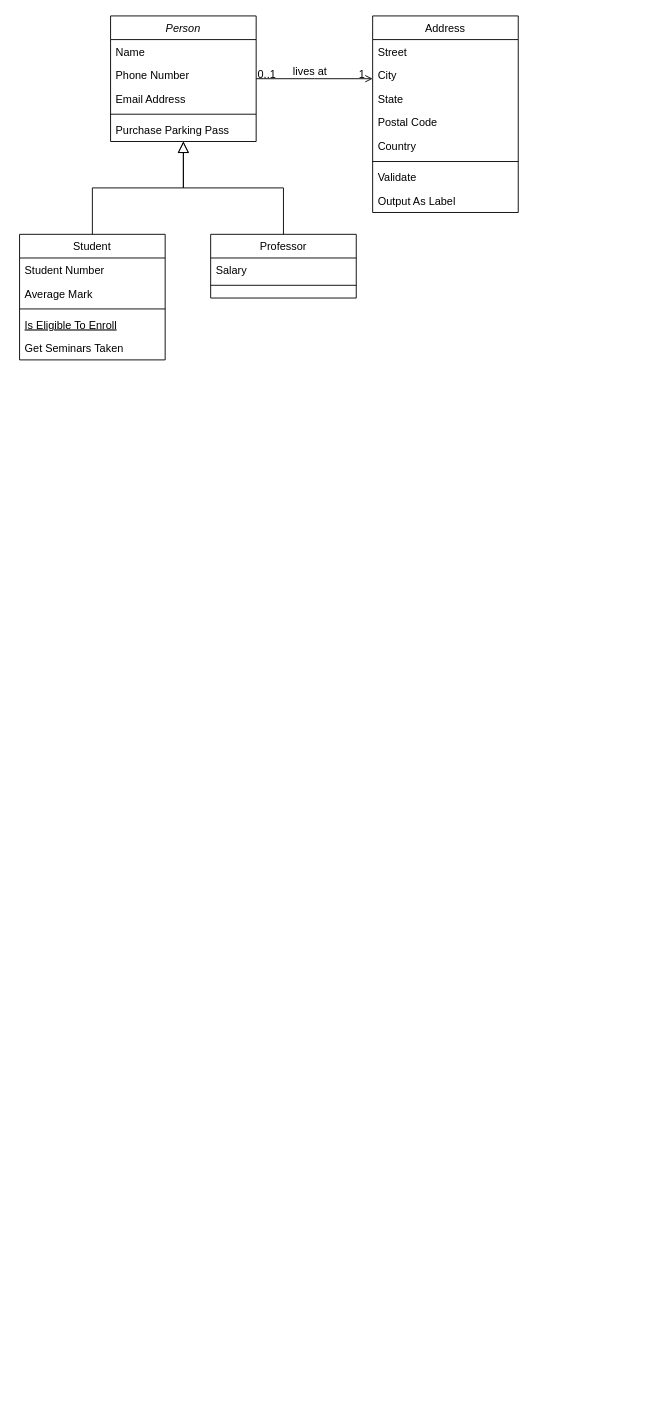
Before: 未命名绘图.drawio in Z-NAVY/MySite, a draw.io diagram. Source tidied: cells renumbered, new cells numbered last; positions are measured from the earlier drawing's top-left corner, leaving out a move shared by most shapes. Both pictures are drawn from the tidied source at 91%, with x=0, y=0 at pixel (19, 15).
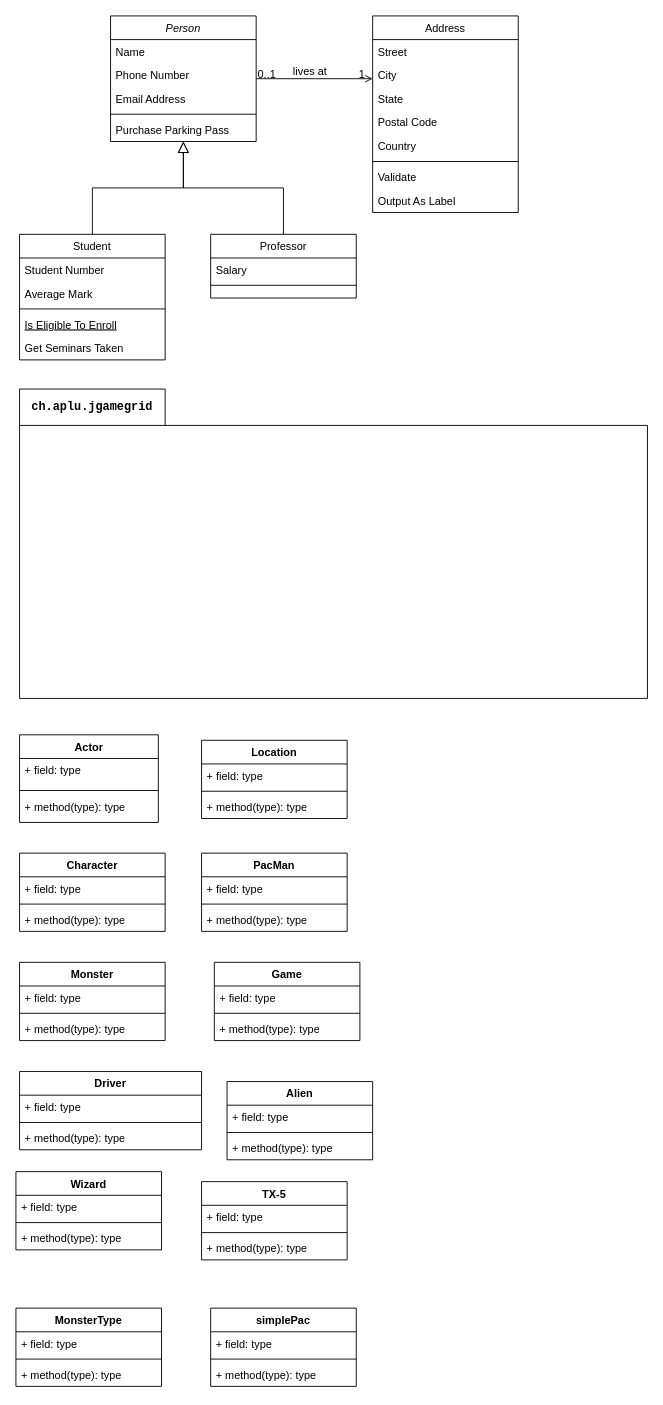
The same diagram, later.

Change to the diagram source:
```diff
@@
+    <mxCell id="32" value="&lt;pre style=&quot;font-family: &amp;quot;JetBrains Mono&amp;quot;, monospace; font-size: 9.8pt;&quot;&gt;&lt;span style=&quot;background-color: rgb(255, 255, 255);&quot;&gt;ch.aplu.jgamegrid&lt;/span&gt;&lt;/pre&gt;" style="shape=folder;fontStyle=1;tabWidth=160;tabHeight=40;tabPosition=left;html=1;boundedLbl=1;labelInHeader=1;whiteSpace=wrap;" parent="1" vertex="1">
+      <mxGeometry y="410" width="690" height="340" as="geometry" />
+    </mxCell>
+    <mxCell id="33" style="html=1;strokeColor=none;fillColor=none;whiteSpace=wrap;" parent="32" vertex="1">
+      <mxGeometry width="690" height="238" relative="1" as="geometry">
+        <mxPoint y="30" as="offset" />
+      </mxGeometry>
+    </mxCell>
+    <mxCell id="34" value="Actor" style="swimlane;fontStyle=1;align=center;verticalAlign=top;horizontal=1;startSize=26;whiteSpace=wrap;html=1;" parent="1" vertex="1">
+      <mxGeometry y="790" width="152.5" height="96.3" as="geometry" />
+    </mxCell>
+    <mxCell id="35" value="+ field: type" style="text;strokeColor=none;fillColor=none;align=left;verticalAlign=top;spacingLeft=4;spacingRight=4;overflow=hidden;whiteSpace=wrap;html=1;" parent="34" vertex="1">
+      <mxGeometry y="26" width="152.5" height="30.5" as="geometry" />
+    </mxCell>
+    <mxCell id="36" style="line;strokeWidth=1;fillColor=none;align=left;verticalAlign=middle;spacingTop=-1;spacingLeft=3;spacingRight=3;labelPosition=right;strokeColor=inherit;" parent="34" vertex="1">
+      <mxGeometry y="56.5" width="152.5" height="9.4" as="geometry" />
+    </mxCell>
+    <mxCell id="37" value="+ method(type): type" style="text;strokeColor=none;fillColor=none;align=left;verticalAlign=top;spacingLeft=4;spacingRight=4;overflow=hidden;whiteSpace=wrap;html=1;" parent="34" vertex="1">
+      <mxGeometry y="65.9" width="152.5" height="30.5" as="geometry" />
+    </mxCell>
+    <mxCell id="38" value="Location" style="swimlane;fontStyle=1;align=center;verticalAlign=top;horizontal=1;startSize=26;whiteSpace=wrap;html=1;" parent="1" vertex="1">
+      <mxGeometry x="200" y="796" width="160" height="86" as="geometry" />
+    </mxCell>
+    <mxCell id="39" value="+ field: type" style="text;strokeColor=none;fillColor=none;align=left;verticalAlign=top;spacingLeft=4;spacingRight=4;overflow=hidden;whiteSpace=wrap;html=1;" parent="38" vertex="1">
+      <mxGeometry y="26" width="160" height="26" as="geometry" />
+    </mxCell>
+    <mxCell id="40" style="line;strokeWidth=1;fillColor=none;align=left;verticalAlign=middle;spacingTop=-1;spacingLeft=3;spacingRight=3;labelPosition=right;strokeColor=inherit;" parent="38" vertex="1">
+      <mxGeometry y="52" width="160" height="8" as="geometry" />
+    </mxCell>
+    <mxCell id="41" value="+ method(type): type" style="text;strokeColor=none;fillColor=none;align=left;verticalAlign=top;spacingLeft=4;spacingRight=4;overflow=hidden;whiteSpace=wrap;html=1;" parent="38" vertex="1">
+      <mxGeometry y="60" width="160" height="26" as="geometry" />
+    </mxCell>
+    <mxCell id="42" value="Character" style="swimlane;fontStyle=1;align=center;verticalAlign=top;horizontal=1;startSize=26;whiteSpace=wrap;html=1;" parent="1" vertex="1">
+      <mxGeometry y="920" width="160" height="86" as="geometry" />
+    </mxCell>
+    <mxCell id="43" value="+ field: type" style="text;strokeColor=none;fillColor=none;align=left;verticalAlign=top;spacingLeft=4;spacingRight=4;overflow=hidden;whiteSpace=wrap;html=1;" parent="42" vertex="1">
+      <mxGeometry y="26" width="160" height="26" as="geometry" />
+    </mxCell>
+    <mxCell id="44" style="line;strokeWidth=1;fillColor=none;align=left;verticalAlign=middle;spacingTop=-1;spacingLeft=3;spacingRight=3;labelPosition=right;strokeColor=inherit;" parent="42" vertex="1">
+      <mxGeometry y="52" width="160" height="8" as="geometry" />
+    </mxCell>
+    <mxCell id="45" value="+ method(type): type" style="text;strokeColor=none;fillColor=none;align=left;verticalAlign=top;spacingLeft=4;spacingRight=4;overflow=hidden;whiteSpace=wrap;html=1;" parent="42" vertex="1">
+      <mxGeometry y="60" width="160" height="26" as="geometry" />
+    </mxCell>
+    <mxCell id="46" value="PacMan" style="swimlane;fontStyle=1;align=center;verticalAlign=top;horizontal=1;startSize=26;whiteSpace=wrap;html=1;" parent="1" vertex="1">
+      <mxGeometry x="200" y="920" width="160" height="86" as="geometry" />
+    </mxCell>
+    <mxCell id="47" value="+ field: type" style="text;strokeColor=none;fillColor=none;align=left;verticalAlign=top;spacingLeft=4;spacingRight=4;overflow=hidden;whiteSpace=wrap;html=1;" parent="46" vertex="1">
+      <mxGeometry y="26" width="160" height="26" as="geometry" />
+    </mxCell>
+    <mxCell id="48" style="line;strokeWidth=1;fillColor=none;align=left;verticalAlign=middle;spacingTop=-1;spacingLeft=3;spacingRight=3;labelPosition=right;strokeColor=inherit;" parent="46" vertex="1">
+      <mxGeometry y="52" width="160" height="8" as="geometry" />
+    </mxCell>
+    <mxCell id="49" value="+ method(type): type" style="text;strokeColor=none;fillColor=none;align=left;verticalAlign=top;spacingLeft=4;spacingRight=4;overflow=hidden;whiteSpace=wrap;html=1;" parent="46" vertex="1">
+      <mxGeometry y="60" width="160" height="26" as="geometry" />
+    </mxCell>
+    <mxCell id="50" value="Monster" style="swimlane;fontStyle=1;align=center;verticalAlign=top;horizontal=1;startSize=26;whiteSpace=wrap;html=1;" parent="1" vertex="1">
+      <mxGeometry y="1040" width="160" height="86" as="geometry" />
+    </mxCell>
+    <mxCell id="51" value="+ field: type" style="text;strokeColor=none;fillColor=none;align=left;verticalAlign=top;spacingLeft=4;spacingRight=4;overflow=hidden;whiteSpace=wrap;html=1;" parent="50" vertex="1">
+      <mxGeometry y="26" width="160" height="26" as="geometry" />
+    </mxCell>
+    <mxCell id="52" style="line;strokeWidth=1;fillColor=none;align=left;verticalAlign=middle;spacingTop=-1;spacingLeft=3;spacingRight=3;labelPosition=right;strokeColor=inherit;" parent="50" vertex="1">
+      <mxGeometry y="52" width="160" height="8" as="geometry" />
+    </mxCell>
+    <mxCell id="53" value="+ method(type): type" style="text;strokeColor=none;fillColor=none;align=left;verticalAlign=top;spacingLeft=4;spacingRight=4;overflow=hidden;whiteSpace=wrap;html=1;" parent="50" vertex="1">
+      <mxGeometry y="60" width="160" height="26" as="geometry" />
+    </mxCell>
+    <mxCell id="54" value="Game" style="swimlane;fontStyle=1;align=center;verticalAlign=top;horizontal=1;startSize=26;whiteSpace=wrap;html=1;" parent="1" vertex="1">
+      <mxGeometry x="214" y="1040" width="160" height="86" as="geometry" />
+    </mxCell>
+    <mxCell id="55" value="+ field: type" style="text;strokeColor=none;fillColor=none;align=left;verticalAlign=top;spacingLeft=4;spacingRight=4;overflow=hidden;whiteSpace=wrap;html=1;" parent="54" vertex="1">
+      <mxGeometry y="26" width="160" height="26" as="geometry" />
+    </mxCell>
+    <mxCell id="56" style="line;strokeWidth=1;fillColor=none;align=left;verticalAlign=middle;spacingTop=-1;spacingLeft=3;spacingRight=3;labelPosition=right;strokeColor=inherit;" parent="54" vertex="1">
+      <mxGeometry y="52" width="160" height="8" as="geometry" />
+    </mxCell>
+    <mxCell id="57" value="+ method(type): type" style="text;strokeColor=none;fillColor=none;align=left;verticalAlign=top;spacingLeft=4;spacingRight=4;overflow=hidden;whiteSpace=wrap;html=1;" parent="54" vertex="1">
+      <mxGeometry y="60" width="160" height="26" as="geometry" />
+    </mxCell>
+    <mxCell id="58" value="Driver" style="swimlane;fontStyle=1;align=center;verticalAlign=top;horizontal=1;startSize=26;whiteSpace=wrap;html=1;" parent="1" vertex="1">
+      <mxGeometry y="1160" width="200" height="86" as="geometry" />
+    </mxCell>
+    <mxCell id="59" value="+ field: type" style="text;strokeColor=none;fillColor=none;align=left;verticalAlign=top;spacingLeft=4;spacingRight=4;overflow=hidden;whiteSpace=wrap;html=1;" parent="58" vertex="1">
+      <mxGeometry y="26" width="200" height="26" as="geometry" />
+    </mxCell>
+    <mxCell id="60" style="line;strokeWidth=1;fillColor=none;align=left;verticalAlign=middle;spacingTop=-1;spacingLeft=3;spacingRight=3;labelPosition=right;strokeColor=inherit;" parent="58" vertex="1">
+      <mxGeometry y="52" width="200" height="8" as="geometry" />
+    </mxCell>
+    <mxCell id="61" value="+ method(type): type" style="text;strokeColor=none;fillColor=none;align=left;verticalAlign=top;spacingLeft=4;spacingRight=4;overflow=hidden;whiteSpace=wrap;html=1;" parent="58" vertex="1">
+      <mxGeometry y="60" width="200" height="26" as="geometry" />
+    </mxCell>
+    <mxCell id="62" value="Alien" style="swimlane;fontStyle=1;align=center;verticalAlign=top;horizontal=1;startSize=26;whiteSpace=wrap;html=1;" parent="1" vertex="1">
+      <mxGeometry x="228" y="1171" width="160" height="86" as="geometry" />
+    </mxCell>
+    <mxCell id="63" value="+ field: type" style="text;strokeColor=none;fillColor=none;align=left;verticalAlign=top;spacingLeft=4;spacingRight=4;overflow=hidden;whiteSpace=wrap;html=1;" parent="62" vertex="1">
+      <mxGeometry y="26" width="160" height="26" as="geometry" />
+    </mxCell>
+    <mxCell id="64" style="line;strokeWidth=1;fillColor=none;align=left;verticalAlign=middle;spacingTop=-1;spacingLeft=3;spacingRight=3;labelPosition=right;strokeColor=inherit;" parent="62" vertex="1">
+      <mxGeometry y="52" width="160" height="8" as="geometry" />
+    </mxCell>
+    <mxCell id="65" value="+ method(type): type" style="text;strokeColor=none;fillColor=none;align=left;verticalAlign=top;spacingLeft=4;spacingRight=4;overflow=hidden;whiteSpace=wrap;html=1;" parent="62" vertex="1">
+      <mxGeometry y="60" width="160" height="26" as="geometry" />
+    </mxCell>
+    <mxCell id="66" value="Wizard" style="swimlane;fontStyle=1;align=center;verticalAlign=top;horizontal=1;startSize=26;whiteSpace=wrap;html=1;" parent="1" vertex="1">
+      <mxGeometry x="-4" y="1270" width="160" height="86" as="geometry" />
+    </mxCell>
+    <mxCell id="67" value="+ field: type" style="text;strokeColor=none;fillColor=none;align=left;verticalAlign=top;spacingLeft=4;spacingRight=4;overflow=hidden;whiteSpace=wrap;html=1;" parent="66" vertex="1">
+      <mxGeometry y="26" width="160" height="26" as="geometry" />
+    </mxCell>
+    <mxCell id="68" style="line;strokeWidth=1;fillColor=none;align=left;verticalAlign=middle;spacingTop=-1;spacingLeft=3;spacingRight=3;labelPosition=right;strokeColor=inherit;" parent="66" vertex="1">
+      <mxGeometry y="52" width="160" height="8" as="geometry" />
+    </mxCell>
+    <mxCell id="69" value="+ method(type): type" style="text;strokeColor=none;fillColor=none;align=left;verticalAlign=top;spacingLeft=4;spacingRight=4;overflow=hidden;whiteSpace=wrap;html=1;" parent="66" vertex="1">
+      <mxGeometry y="60" width="160" height="26" as="geometry" />
+    </mxCell>
+    <mxCell id="70" value="TX-5" style="swimlane;fontStyle=1;align=center;verticalAlign=top;horizontal=1;startSize=26;whiteSpace=wrap;html=1;" parent="1" vertex="1">
+      <mxGeometry x="200" y="1281" width="160" height="86" as="geometry" />
+    </mxCell>
+    <mxCell id="71" value="+ field: type" style="text;strokeColor=none;fillColor=none;align=left;verticalAlign=top;spacingLeft=4;spacingRight=4;overflow=hidden;whiteSpace=wrap;html=1;" parent="70" vertex="1">
+      <mxGeometry y="26" width="160" height="26" as="geometry" />
+    </mxCell>
+    <mxCell id="72" style="line;strokeWidth=1;fillColor=none;align=left;verticalAlign=middle;spacingTop=-1;spacingLeft=3;spacingRight=3;labelPosition=right;strokeColor=inherit;" parent="70" vertex="1">
+      <mxGeometry y="52" width="160" height="8" as="geometry" />
+    </mxCell>
+    <mxCell id="73" value="+ method(type): type" style="text;strokeColor=none;fillColor=none;align=left;verticalAlign=top;spacingLeft=4;spacingRight=4;overflow=hidden;whiteSpace=wrap;html=1;" parent="70" vertex="1">
+      <mxGeometry y="60" width="160" height="26" as="geometry" />
+    </mxCell>
+    <mxCell id="74" value="MonsterType" style="swimlane;fontStyle=1;align=center;verticalAlign=top;horizontal=1;startSize=26;whiteSpace=wrap;html=1;" parent="1" vertex="1">
+      <mxGeometry x="-4" y="1420" width="160" height="86" as="geometry" />
+    </mxCell>
+    <mxCell id="75" value="+ field: type" style="text;strokeColor=none;fillColor=none;align=left;verticalAlign=top;spacingLeft=4;spacingRight=4;overflow=hidden;whiteSpace=wrap;html=1;" parent="74" vertex="1">
+      <mxGeometry y="26" width="160" height="26" as="geometry" />
+    </mxCell>
+    <mxCell id="76" style="line;strokeWidth=1;fillColor=none;align=left;verticalAlign=middle;spacingTop=-1;spacingLeft=3;spacingRight=3;labelPosition=right;strokeColor=inherit;" parent="74" vertex="1">
+      <mxGeometry y="52" width="160" height="8" as="geometry" />
+    </mxCell>
+    <mxCell id="77" value="+ method(type): type" style="text;strokeColor=none;fillColor=none;align=left;verticalAlign=top;spacingLeft=4;spacingRight=4;overflow=hidden;whiteSpace=wrap;html=1;" parent="74" vertex="1">
+      <mxGeometry y="60" width="160" height="26" as="geometry" />
+    </mxCell>
+    <mxCell id="78" value="simplePac" style="swimlane;fontStyle=1;align=center;verticalAlign=top;horizontal=1;startSize=26;whiteSpace=wrap;html=1;" parent="1" vertex="1">
+      <mxGeometry x="210" y="1420" width="160" height="86" as="geometry" />
+    </mxCell>
+    <mxCell id="79" value="+ field: type" style="text;strokeColor=none;fillColor=none;align=left;verticalAlign=top;spacingLeft=4;spacingRight=4;overflow=hidden;whiteSpace=wrap;html=1;" parent="78" vertex="1">
+      <mxGeometry y="26" width="160" height="26" as="geometry" />
+    </mxCell>
+    <mxCell id="80" style="line;strokeWidth=1;fillColor=none;align=left;verticalAlign=middle;spacingTop=-1;spacingLeft=3;spacingRight=3;labelPosition=right;strokeColor=inherit;" parent="78" vertex="1">
+      <mxGeometry y="52" width="160" height="8" as="geometry" />
+    </mxCell>
+    <mxCell id="81" value="+ method(type): type" style="text;strokeColor=none;fillColor=none;align=left;verticalAlign=top;spacingLeft=4;spacingRight=4;overflow=hidden;whiteSpace=wrap;html=1;" parent="78" vertex="1">
+      <mxGeometry y="60" width="160" height="26" as="geometry" />
+    </mxCell>
```
